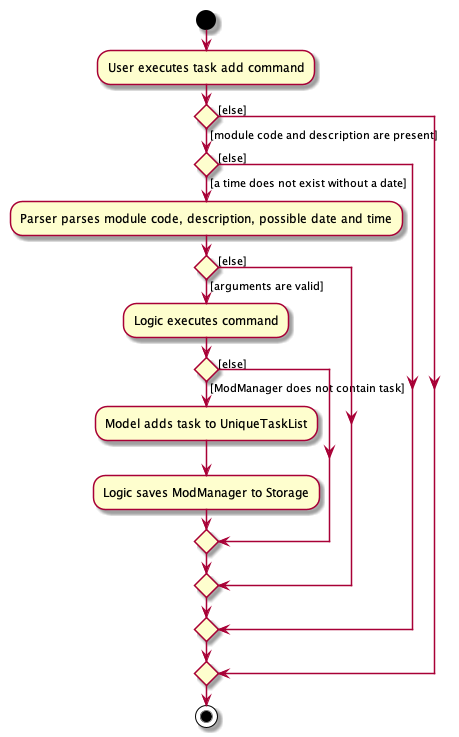
Before: docs/images/TaskAddActivityDiagram.png, a diagram exported from PlantUML (zixinn/main).
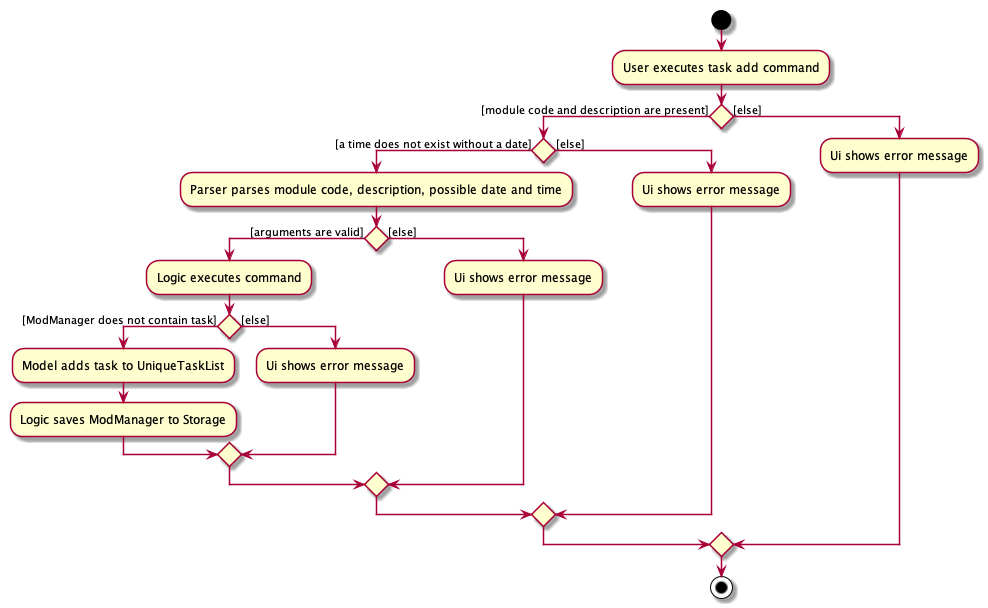
The same file after the commit.

The edit, as a diff of the source:
```diff
@@ -10,12 +10,16 @@
                     :Model adds task to UniqueTaskList;
                     :Logic saves ModManager to Storage;
                 else ([else])
+                    :Ui shows error message;
                 endif
         else ([else])
+            :Ui shows error message;
         endif
     else ([else])
+        :Ui shows error message;
     endif
 else([else])
+    :Ui shows error message;
 endif
 stop
 @enduml
```
